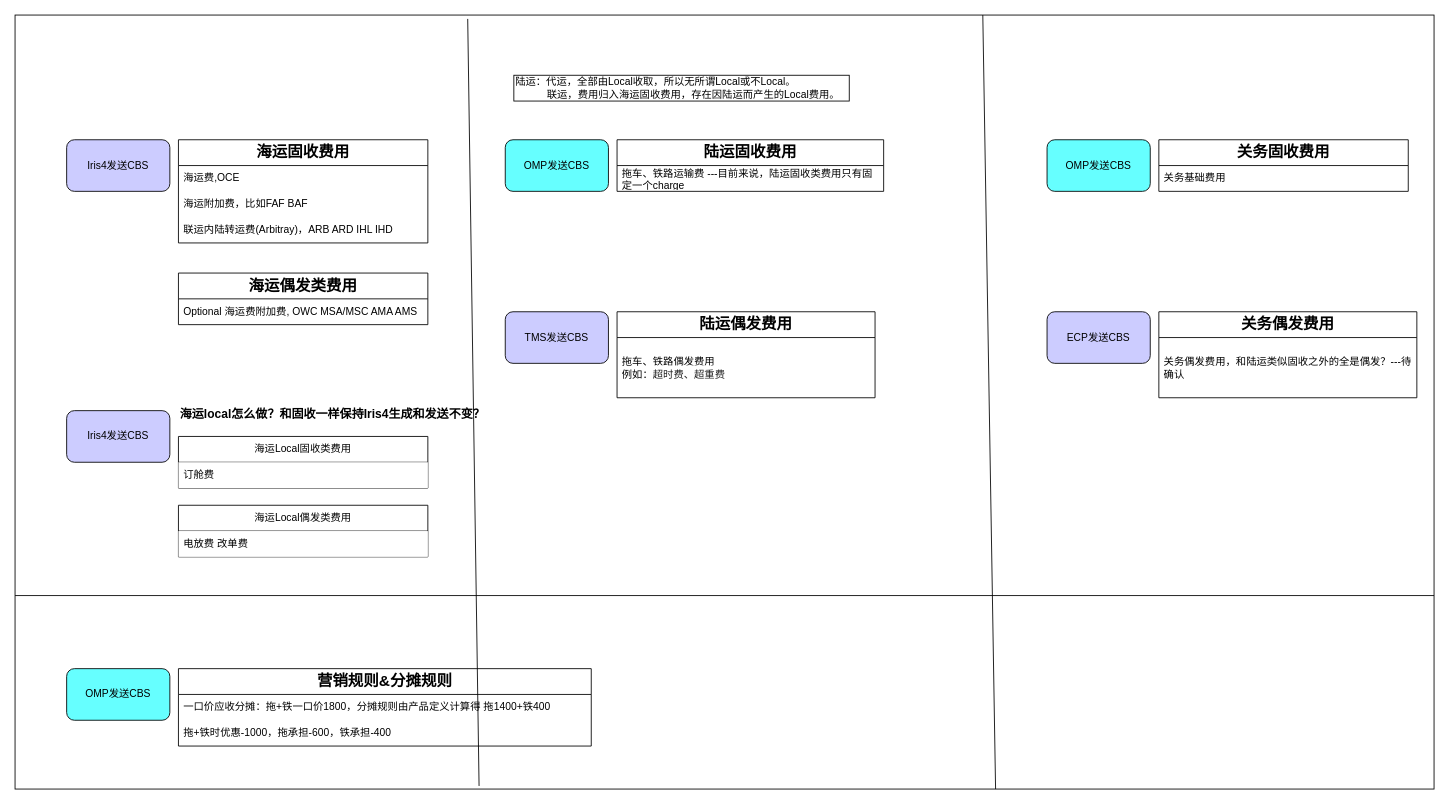
Before: 计费模块-费用分类.drawio in Linsq0504/OMP, a draw.io diagram. Source tidied: cells renumbered, new cells numbered last; positions are measured from the earlier drawing's top-left corner, leaving out a move shared by most shapes. Both pictures are drawn from the tidied source at 86%, with x=0, y=0 at pixel (15, 15).
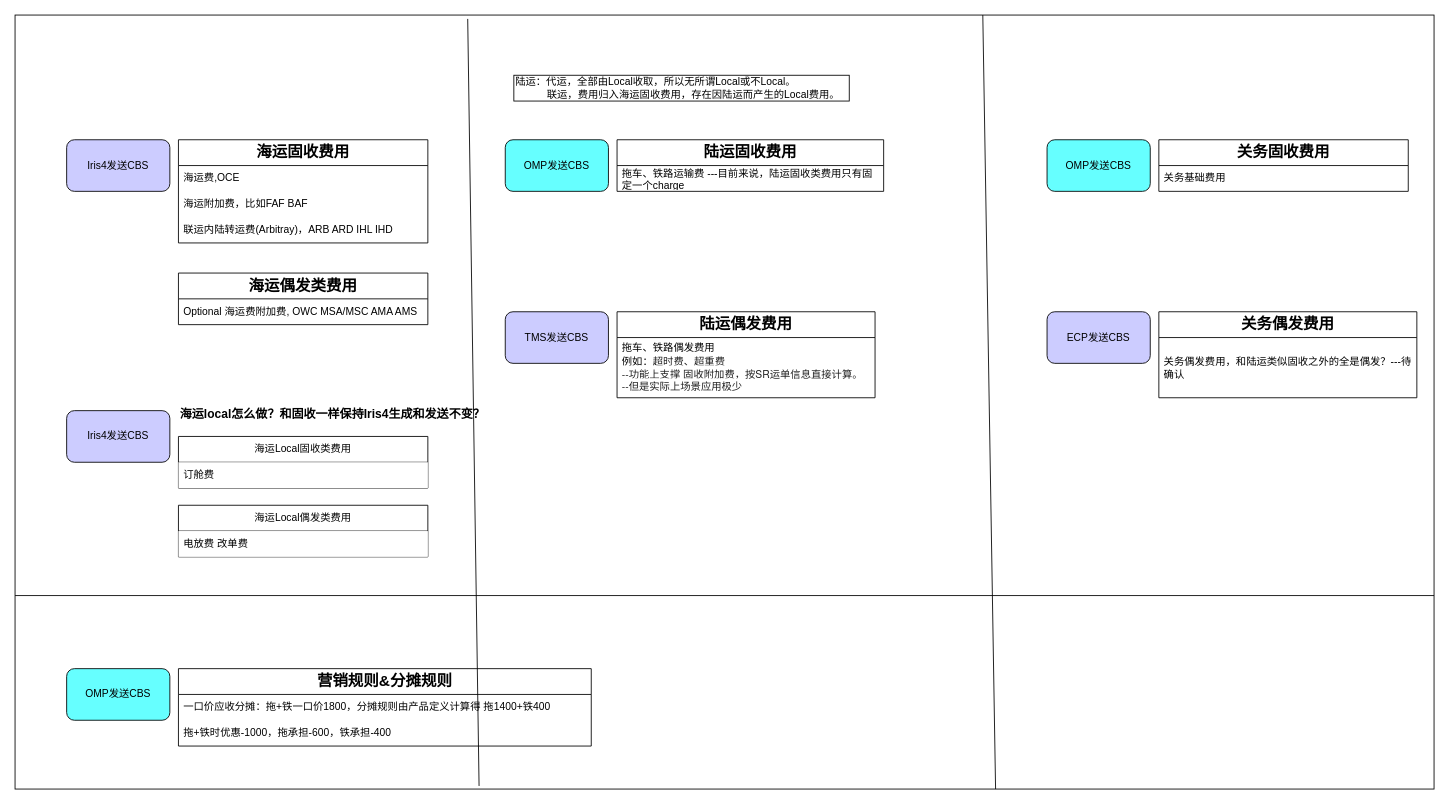
Above is the later version.

Commit message:
更新计费模块-费用分类.drawio

The change refers to these unchanged cells:
```xml
<mxCell id="15" value="&lt;font style=&quot;font-size: 18px;&quot;&gt;&lt;b&gt;陆运偶发费用&lt;/b&gt;&lt;/font&gt;" style="swimlane;fontStyle=0;horizontal=1;startSize=30;whiteSpace=wrap;html=1;" parent="1" vertex="1">
  <mxGeometry x="700" y="345" width="300" height="100" as="geometry" />
</mxCell>
```

What changed in the source:
```diff
@@
-    <mxCell id="16" value="&lt;font style=&quot;font-size: 12px;&quot;&gt;拖车、铁路偶发费用&lt;/font&gt;&lt;div&gt;&lt;font style=&quot;font-size: 12px;&quot;&gt;例如：&lt;span style=&quot;background-color: rgb(255, 255, 255); color: rgba(0, 0, 0, 0.88); font-family: &amp;quot;Helvetica Neue&amp;quot;, helvetica, &amp;quot;PingFang SC&amp;quot;, &amp;quot;Hiragino Sans GB&amp;quot;, &amp;quot;Microsoft YaHei&amp;quot;, arial, sans-serif;&quot;&gt;超时费、超重费&lt;/span&gt;&lt;/font&gt;&lt;/div&gt;" style="text;strokeColor=none;fillColor=none;align=left;verticalAlign=middle;spacingLeft=4;spacingRight=4;overflow=hidden;whiteSpace=wrap;html=1;" parent="15" vertex="1">
+    <mxCell id="16" value="&lt;font style=&quot;font-size: 12px;&quot;&gt;拖车、铁路偶发费用&lt;/font&gt;&lt;div&gt;&lt;font style=&quot;font-size: 12px;&quot;&gt;例如：&lt;span style=&quot;background-color: rgb(255, 255, 255); color: rgba(0, 0, 0, 0.88); font-family: &amp;quot;Helvetica Neue&amp;quot;, helvetica, &amp;quot;PingFang SC&amp;quot;, &amp;quot;Hiragino Sans GB&amp;quot;, &amp;quot;Microsoft YaHei&amp;quot;, arial, sans-serif;&quot;&gt;超时费、超重费&lt;/span&gt;&lt;/font&gt;&lt;/div&gt;&lt;div&gt;&lt;font style=&quot;font-size: 12px;&quot;&gt;&lt;span style=&quot;background-color: rgb(255, 255, 255); color: rgba(0, 0, 0, 0.88); font-family: &amp;quot;Helvetica Neue&amp;quot;, helvetica, &amp;quot;PingFang SC&amp;quot;, &amp;quot;Hiragino Sans GB&amp;quot;, &amp;quot;Microsoft YaHei&amp;quot;, arial, sans-serif;&quot;&gt;--功能上支撑 固收附加费，按SR运单信息直接计算。&lt;/span&gt;&lt;/font&gt;&lt;/div&gt;&lt;div&gt;&lt;font style=&quot;font-size: 12px;&quot;&gt;&lt;span style=&quot;background-color: rgb(255, 255, 255); color: rgba(0, 0, 0, 0.88); font-family: &amp;quot;Helvetica Neue&amp;quot;, helvetica, &amp;quot;PingFang SC&amp;quot;, &amp;quot;Hiragino Sans GB&amp;quot;, &amp;quot;Microsoft YaHei&amp;quot;, arial, sans-serif;&quot;&gt;--但是实际上场景应用极少&lt;/span&gt;&lt;/font&gt;&lt;/div&gt;" style="text;strokeColor=none;fillColor=none;align=left;verticalAlign=middle;spacingLeft=4;spacingRight=4;overflow=hidden;whiteSpace=wrap;html=1;" parent="15" vertex="1">
       <mxGeometry y="30" width="300" height="70" as="geometry" />
     </mxCell>
```
